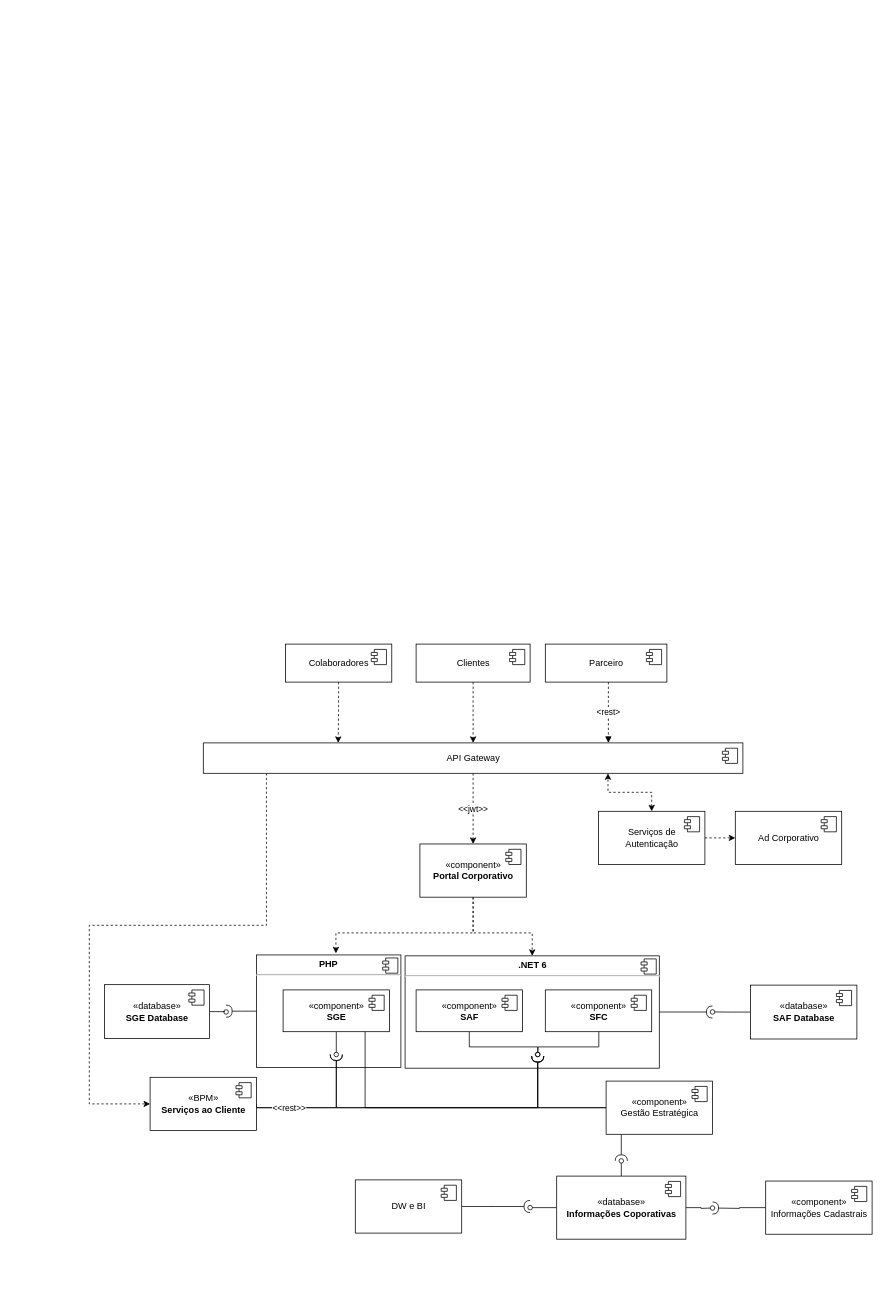
felipepozzi/puc-minas-arquitetura keeps this draw.io diagram as page "Diagrama de Componentes" (4 of 6) of desenho-solucao/DesenhoSolucao.drawio. Above is the earlier version. Source tidied: cells renumbered, new cells numbered last; positions are measured from the earlier drawing's top-left corner, leaving out a move shared by most shapes. Both pictures are drawn from the tidied source at 76%, with x=0, y=0 at pixel (89, 644).
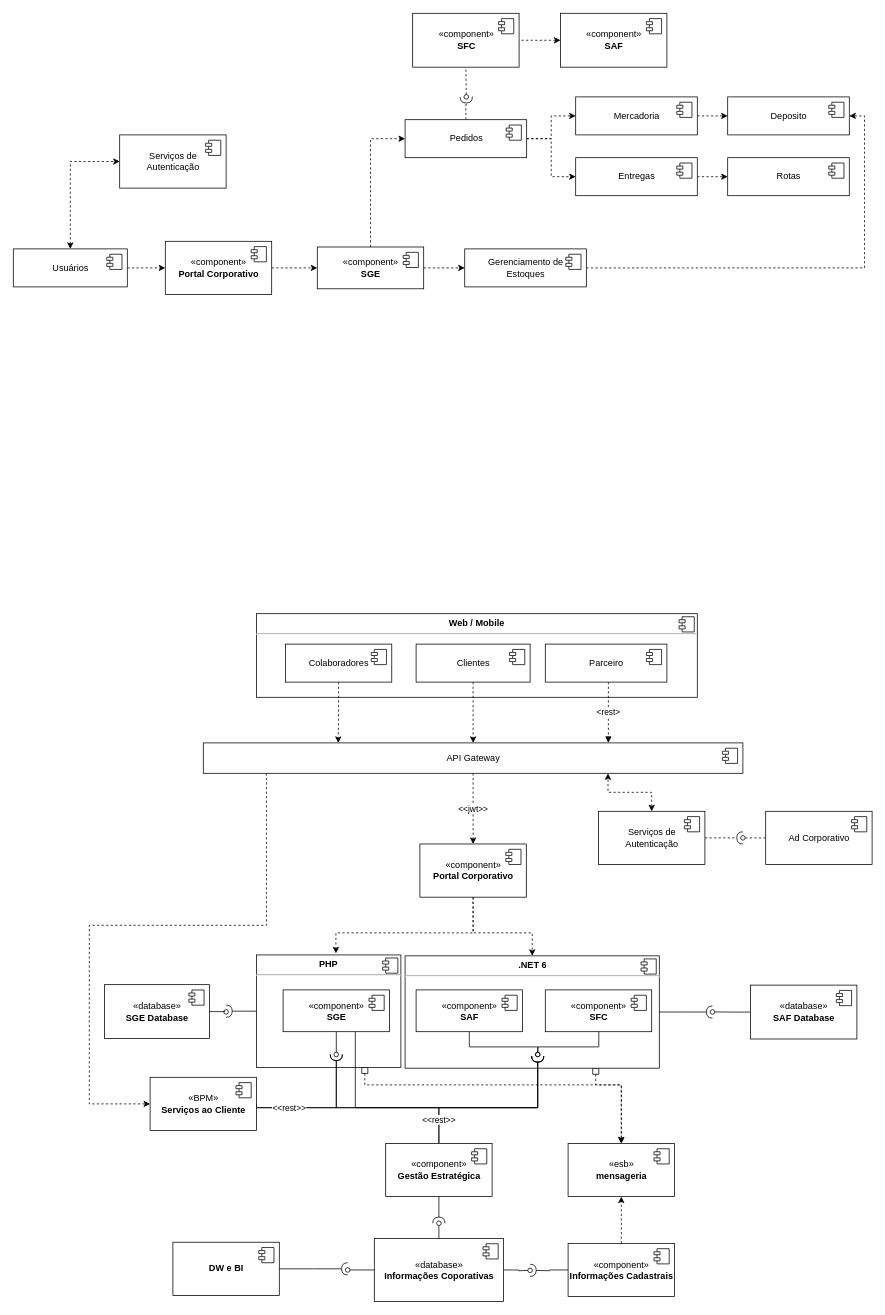
Above is the later version.

The change refers to these unchanged cells:
```xml
<mxCell id="2" value="&lt;p style=&quot;margin: 0px ; margin-top: 6px ; text-align: center&quot;&gt;&lt;b&gt;PHP&lt;/b&gt;&lt;/p&gt;&lt;hr&gt;&lt;p style=&quot;margin: 0px ; margin-left: 8px&quot;&gt;&lt;br&gt;&lt;/p&gt;" style="align=left;overflow=fill;html=1;fontColor=#000000;" parent="1" vertex="1">
  <mxGeometry x="220" y="409" width="190" height="148" as="geometry" />
</mxCell>
<mxCell id="4" value="&lt;p style=&quot;margin: 0px ; margin-top: 6px ; text-align: center&quot;&gt;&lt;b&gt;.NET 6&lt;/b&gt;&lt;/p&gt;&lt;hr&gt;&lt;p style=&quot;margin: 0px ; margin-left: 8px&quot;&gt;&lt;br&gt;&lt;/p&gt;" style="align=left;overflow=fill;html=1;fontColor=#000000;" parent="1" vertex="1">
  <mxGeometry x="415.5" y="410.2" width="334.5" height="147.8" as="geometry" />
</mxCell>
<mxCell id="24" value="«component»&lt;br&gt;&lt;b&gt;SGE&lt;/b&gt;" style="html=1;fontColor=#000000;" parent="1" vertex="1">
  <mxGeometry x="255" y="455" width="140" height="55" as="geometry" />
</mxCell>
<mxCell id="37" value="Serviços de &lt;br&gt;Autenticação" style="html=1;fontColor=#000000;" parent="1" vertex="1">
  <mxGeometry x="670" y="220" width="140" height="70" as="geometry" />
</mxCell>
```

What changed in the source:
```diff
@@
+    <mxCell id="68" value="&lt;p style=&quot;margin: 0px ; margin-top: 6px ; text-align: center&quot;&gt;&lt;b&gt;Web / Mobile&lt;/b&gt;&lt;/p&gt;&lt;hr&gt;&lt;p style=&quot;margin: 0px ; margin-left: 8px&quot;&gt;&lt;br&gt;&lt;/p&gt;" style="align=left;overflow=fill;html=1;fontColor=#000000;" parent="1" vertex="1">
+      <mxGeometry x="220" y="-40" width="580" height="110" as="geometry" />
+    </mxCell>
+    <mxCell id="69" style="shape=component;jettyWidth=8;jettyHeight=4;fontColor=#000000;" parent="68" vertex="1">
+      <mxGeometry x="1" width="20" height="20" relative="1" as="geometry">
+        <mxPoint x="-24" y="4" as="offset" />
+      </mxGeometry>
+    </mxCell>
+    <mxCell id="70" style="edgeStyle=orthogonalEdgeStyle;rounded=0;jettySize=auto;html=1;entryX=0.5;entryY=0;entryDx=0;entryDy=0;dashed=1;fontColor=#000000;startArrow=box;startFill=0;endArrow=classic;endFill=1;strokeColor=#000000;exitX=0.75;exitY=1;exitDx=0;exitDy=0;" parent="1" edge="1" source="2" target="112">
+      <mxGeometry relative="1" as="geometry">
+        <Array as="points">
+          <mxPoint x="363" y="580" />
+          <mxPoint x="700" y="580" />
+        </Array>
+      </mxGeometry>
+    </mxCell>
@@
+    <mxCell id="71" style="edgeStyle=orthogonalEdgeStyle;rounded=0;jettySize=auto;html=1;entryX=0.5;entryY=0;entryDx=0;entryDy=0;dashed=1;fontColor=#000000;startArrow=box;startFill=0;endArrow=classic;endFill=1;strokeColor=#000000;exitX=0.75;exitY=1;exitDx=0;exitDy=0;" parent="1" edge="1" source="4" target="112">
+      <mxGeometry relative="1" as="geometry">
+        <Array as="points">
+          <mxPoint x="666" y="580" />
+          <mxPoint x="700" y="580" />
+        </Array>
+      </mxGeometry>
+    </mxCell>
@@
-    <mxCell id="21" style="edgeStyle=orthogonalEdgeStyle;rounded=0;jettySize=auto;html=1;fontColor=#000000;startArrow=none;startFill=0;endArrow=halfCircle;endFill=0;strokeColor=#000000;exitX=0.771;exitY=0.989;exitDx=0;exitDy=0;exitPerimeter=0;" parent="1" edge="1" source="24">
+    <mxCell id="21" style="edgeStyle=orthogonalEdgeStyle;rounded=0;jettySize=auto;html=1;fontColor=#000000;startArrow=none;startFill=0;endArrow=halfCircle;endFill=0;strokeColor=#000000;" parent="1" edge="1" source="24">
       <mxGeometry relative="1" as="geometry">
         <mxPoint x="590" y="542" as="targetPoint" />
         <Array as="points">
-          <mxPoint x="363" y="610" />
+          <mxPoint x="350" y="610" />
           <mxPoint x="590" y="610" />
         </Array>
       </mxGeometry>
     </mxCell>
@@
-    <mxCell id="35" style="edgeStyle=orthogonalEdgeStyle;rounded=0;jettySize=auto;html=1;dashed=1;fontColor=#000000;startArrow=none;startFill=0;endArrow=classic;endFill=1;strokeColor=#000000;" parent="1" edge="1" source="37" target="39">
-      <mxGeometry relative="1" as="geometry" />
+    <mxCell id="35" style="edgeStyle=orthogonalEdgeStyle;rounded=0;jettySize=auto;html=1;dashed=1;fontColor=#000000;startArrow=none;startFill=0;endArrow=halfCircle;endFill=0;strokeColor=#000000;" parent="1" edge="1" source="37">
+      <mxGeometry relative="1" as="geometry">
+        <mxPoint x="860" y="255" as="targetPoint" />
+      </mxGeometry>
     </mxCell>
@@
+    <mxCell id="72" style="edgeStyle=orthogonalEdgeStyle;rounded=0;jettySize=auto;html=1;dashed=1;fontColor=#000000;startArrow=none;startFill=0;endArrow=oval;endFill=0;strokeColor=#000000;" parent="1" edge="1" source="39">
+      <mxGeometry relative="1" as="geometry">
+        <mxPoint x="860" y="255" as="targetPoint" />
+      </mxGeometry>
+    </mxCell>
     <mxCell id="39" value="Ad Corporativo" style="html=1;fontColor=#000000;" parent="1" vertex="1">
-      <mxGeometry x="850" y="220" width="140" height="70" as="geometry" />
+      <mxGeometry x="890" y="220" width="140" height="70" as="geometry" />
     </mxCell>
@@
-    <mxCell id="46" style="edgeStyle=orthogonalEdgeStyle;rounded=0;jettySize=auto;html=1;fontColor=#000000;startArrow=none;startFill=0;endArrow=halfCircle;endFill=0;strokeColor=#000000;exitX=0;exitY=0.5;exitDx=0;exitDy=0;" parent="1" edge="1" source="49">
+    <mxCell id="46" style="edgeStyle=orthogonalEdgeStyle;rounded=0;jettySize=auto;html=1;fontColor=#000000;startArrow=none;startFill=0;endArrow=halfCircle;endFill=0;strokeColor=#000000;exitX=0.5;exitY=0;exitDx=0;exitDy=0;" parent="1" edge="1" source="49">
       <mxGeometry relative="1" as="geometry">
         <mxPoint x="590" y="542" as="targetPoint" />
         <Array as="points">
+          <mxPoint x="460" y="610" />
           <mxPoint x="590" y="610" />
         </Array>
       </mxGeometry>
     </mxCell>
-    <mxCell id="47" style="edgeStyle=orthogonalEdgeStyle;rounded=0;jettySize=auto;html=1;fontColor=#000000;startArrow=none;startFill=0;endArrow=halfCircle;endFill=0;strokeColor=#000000;exitX=0;exitY=0.5;exitDx=0;exitDy=0;" parent="1" edge="1" source="49">
+    <mxCell id="47" style="edgeStyle=orthogonalEdgeStyle;rounded=0;jettySize=auto;html=1;fontColor=#000000;startArrow=none;startFill=0;endArrow=halfCircle;endFill=0;strokeColor=#000000;exitX=0.5;exitY=0;exitDx=0;exitDy=0;" parent="1" edge="1" source="49">
       <mxGeometry relative="1" as="geometry">
         <mxPoint x="325" y="540" as="targetPoint" />
         <Array as="points">
-          <mxPoint x="680" y="610" />
+          <mxPoint x="460" y="610" />
           <mxPoint x="325" y="610" />
         </Array>
       </mxGeometry>
     </mxCell>
+    <mxCell id="73" value="&amp;lt;&amp;lt;rest&amp;gt;&amp;gt;" style="edgeLabel;html=1;align=center;verticalAlign=middle;fontColor=#000000;" parent="47" vertex="1">
+      <mxGeometry x="-0.75" y="1" relative="1" as="geometry" />
+    </mxCell>
-    <mxCell id="48" style="edgeStyle=orthogonalEdgeStyle;rounded=0;jettySize=auto;html=1;fontColor=#000000;startArrow=none;startFill=0;endArrow=halfCircle;endFill=0;strokeColor=#000000;" parent="1" edge="1" source="49">
+    <mxCell id="48" style="edgeStyle=orthogonalEdgeStyle;rounded=0;orthogonalLoop=1;jettySize=auto;html=1;fontColor=#000000;startArrow=none;startFill=0;endArrow=halfCircle;endFill=0;strokeColor=#000000;" parent="1" edge="1">
       <mxGeometry relative="1" as="geometry">
-        <mxPoint x="700" y="680" as="targetPoint" />
+        <mxPoint x="460" y="727" as="sourcePoint" />
+        <mxPoint x="460" y="762" as="targetPoint" />
         <Array as="points">
-          <mxPoint x="700" y="659" />
-          <mxPoint x="700" y="659" />
+          <mxPoint x="460" y="741" />
+          <mxPoint x="460" y="741" />
         </Array>
       </mxGeometry>
     </mxCell>
-    <mxCell id="49" value="«component»&lt;br&gt;Gestão Estratégica" style="html=1;fontColor=#000000;" parent="1" vertex="1">
-      <mxGeometry x="680" y="575" width="140" height="70" as="geometry" />
+    <mxCell id="49" value="«component»&lt;br&gt;&lt;b&gt;Gestão Estratégica&lt;/b&gt;" style="html=1;fontColor=#000000;" parent="1" vertex="1">
+      <mxGeometry x="390" y="657" width="140" height="70" as="geometry" />
     </mxCell>
@@
     <mxCell id="51" style="edgeStyle=orthogonalEdgeStyle;rounded=0;jettySize=auto;html=1;fontColor=#000000;startArrow=none;startFill=0;endArrow=halfCircle;endFill=0;strokeColor=#000000;exitX=0;exitY=0.5;exitDx=0;exitDy=0;" parent="1" edge="1" source="52">
       <mxGeometry relative="1" as="geometry">
-        <mxPoint x="820" y="742" as="targetPoint" />
+        <mxPoint x="580" y="824" as="targetPoint" />
       </mxGeometry>
     </mxCell>
+    <mxCell id="74" style="edgeStyle=orthogonalEdgeStyle;rounded=0;jettySize=auto;html=1;entryX=0.5;entryY=1;entryDx=0;entryDy=0;dashed=1;fontColor=#000000;startArrow=none;startFill=0;endArrow=classic;endFill=1;strokeColor=#000000;" parent="1" edge="1" source="52" target="112">
+      <mxGeometry relative="1" as="geometry" />
+    </mxCell>
-    <mxCell id="52" value="«component»&lt;br&gt;Informações Cadastrais" style="html=1;fontColor=#000000;" parent="1" vertex="1">
-      <mxGeometry x="890" y="706.5" width="140" height="70" as="geometry" />
+    <mxCell id="52" value="«component»&lt;br&gt;&lt;b&gt;Informações Cadastrais&lt;/b&gt;" style="html=1;fontColor=#000000;" parent="1" vertex="1">
+      <mxGeometry x="630" y="788.5" width="140" height="70" as="geometry" />
     </mxCell>
@@
     <mxCell id="54" style="edgeStyle=orthogonalEdgeStyle;rounded=0;jettySize=auto;html=1;fontColor=#000000;startArrow=none;startFill=0;endArrow=halfCircle;endFill=0;strokeColor=#000000;exitX=1;exitY=0.5;exitDx=0;exitDy=0;" parent="1" edge="1" source="55">
       <mxGeometry relative="1" as="geometry">
-        <mxPoint x="580" y="740" as="targetPoint" />
+        <mxPoint x="340" y="822" as="targetPoint" />
       </mxGeometry>
     </mxCell>
-    <mxCell id="55" value="DW e BI" style="html=1;fontColor=#000000;" parent="1" vertex="1">
-      <mxGeometry x="350" y="705" width="140" height="70" as="geometry" />
+    <mxCell id="55" value="&lt;b&gt;DW e BI&lt;/b&gt;" style="html=1;fontColor=#000000;" parent="1" vertex="1">
+      <mxGeometry x="110" y="787" width="140" height="70" as="geometry" />
     </mxCell>
@@
     <mxCell id="63" style="edgeStyle=orthogonalEdgeStyle;rounded=0;jettySize=auto;html=1;fontColor=#000000;startArrow=none;startFill=0;endArrow=oval;endFill=0;strokeColor=#000000;" parent="1" edge="1" source="66">
       <mxGeometry relative="1" as="geometry">
-        <mxPoint x="820" y="742" as="targetPoint" />
+        <mxPoint x="580" y="824" as="targetPoint" />
       </mxGeometry>
     </mxCell>
     <mxCell id="64" style="edgeStyle=orthogonalEdgeStyle;rounded=0;jettySize=auto;html=1;fontColor=#000000;startArrow=none;startFill=0;endArrow=oval;endFill=0;strokeColor=#000000;exitX=0;exitY=0.5;exitDx=0;exitDy=0;" parent="1" edge="1" source="66">
       <mxGeometry relative="1" as="geometry">
-        <mxPoint x="580" y="742" as="targetPoint" />
+        <mxPoint x="340" y="824" as="targetPoint" />
       </mxGeometry>
     </mxCell>
     <mxCell id="65" style="edgeStyle=orthogonalEdgeStyle;rounded=0;jettySize=auto;html=1;fontColor=#000000;startArrow=none;startFill=0;endArrow=oval;endFill=0;strokeColor=#000000;exitX=0.5;exitY=0;exitDx=0;exitDy=0;" parent="1" edge="1" source="66">
       <mxGeometry relative="1" as="geometry">
-        <mxPoint x="700" y="680" as="targetPoint" />
+        <mxPoint x="460" y="762" as="targetPoint" />
       </mxGeometry>
     </mxCell>
     <mxCell id="66" value="«database»&lt;br&gt;&lt;b&gt;Informações Coporativas&lt;/b&gt;" style="html=1;fontColor=#000000;" parent="1" vertex="1">
-      <mxGeometry x="615" y="700" width="170" height="83" as="geometry" />
+      <mxGeometry x="375" y="782" width="170" height="83" as="geometry" />
     </mxCell>
@@
+    <mxCell id="75" style="edgeStyle=orthogonalEdgeStyle;rounded=0;jettySize=auto;html=1;entryX=0;entryY=0.5;entryDx=0;entryDy=0;fontColor=#000000;startArrow=classic;startFill=1;endArrow=classic;endFill=1;strokeColor=#000000;dashed=1;exitX=0.5;exitY=0;exitDx=0;exitDy=0;" parent="1" edge="1" source="82" target="79">
+      <mxGeometry relative="1" as="geometry" />
+    </mxCell>
+    <mxCell id="76" style="edgeStyle=orthogonalEdgeStyle;rounded=0;jettySize=auto;html=1;dashed=1;fontColor=#000000;startArrow=none;startFill=0;endArrow=classic;endFill=1;strokeColor=#000000;" parent="1" edge="1" source="77" target="107">
+      <mxGeometry relative="1" as="geometry" />
+    </mxCell>
+    <mxCell id="77" value="«component»&lt;br&gt;&lt;b&gt;Portal Corporativo&lt;/b&gt;" style="html=1;fontColor=#000000;" parent="1" vertex="1">
+      <mxGeometry x="100" y="-530" width="140" height="70" as="geometry" />
+    </mxCell>
+    <mxCell id="78" style="shape=module;jettyWidth=8;jettyHeight=4;fontColor=#000000;" parent="77" vertex="1">
+      <mxGeometry x="1" width="20" height="20" relative="1" as="geometry">
+        <mxPoint x="-27" y="7" as="offset" />
+      </mxGeometry>
+    </mxCell>
+    <mxCell id="79" value="Serviços de &lt;br&gt;Autenticação" style="html=1;fontColor=#000000;" parent="1" vertex="1">
+      <mxGeometry x="40" y="-670" width="140" height="70" as="geometry" />
+    </mxCell>
+    <mxCell id="80" style="shape=module;jettyWidth=8;jettyHeight=4;fontColor=#000000;" parent="79" vertex="1">
+      <mxGeometry x="1" width="20" height="20" relative="1" as="geometry">
+        <mxPoint x="-27" y="7" as="offset" />
+      </mxGeometry>
+    </mxCell>
+    <mxCell id="81" style="edgeStyle=orthogonalEdgeStyle;rounded=0;jettySize=auto;html=1;dashed=1;fontColor=#000000;startArrow=none;startFill=0;endArrow=classic;endFill=1;strokeColor=#000000;" parent="1" edge="1" source="82" target="77">
+      <mxGeometry relative="1" as="geometry" />
+    </mxCell>
+    <mxCell id="82" value="Usuários" style="html=1;fontColor=#000000;" parent="1" vertex="1">
+      <mxGeometry x="-100" y="-520" width="150" height="50" as="geometry" />
+    </mxCell>
+    <mxCell id="83" style="shape=module;jettyWidth=8;jettyHeight=4;fontColor=#000000;" parent="82" vertex="1">
+      <mxGeometry x="1" width="20" height="20" relative="1" as="geometry">
+        <mxPoint x="-27" y="7" as="offset" />
+      </mxGeometry>
+    </mxCell>
+    <mxCell id="84" style="edgeStyle=orthogonalEdgeStyle;rounded=0;jettySize=auto;html=1;dashed=1;fontColor=#000000;startArrow=none;startFill=0;endArrow=halfCircle;endFill=0;strokeColor=#000000;" parent="1" edge="1" source="87">
+      <mxGeometry relative="1" as="geometry">
+        <mxPoint x="496" y="-720" as="targetPoint" />
+      </mxGeometry>
+    </mxCell>
+    <mxCell id="85" style="edgeStyle=orthogonalEdgeStyle;rounded=0;jettySize=auto;html=1;dashed=1;fontColor=#000000;startArrow=none;startFill=0;endArrow=classic;endFill=1;strokeColor=#000000;" parent="1" edge="1" source="87" target="97">
+      <mxGeometry relative="1" as="geometry" />
+    </mxCell>
+    <mxCell id="86" style="edgeStyle=orthogonalEdgeStyle;rounded=0;jettySize=auto;html=1;dashed=1;fontColor=#000000;startArrow=none;startFill=0;endArrow=classic;endFill=1;strokeColor=#000000;" parent="1" edge="1" source="87" target="90">
+      <mxGeometry relative="1" as="geometry" />
+    </mxCell>
+    <mxCell id="87" value="Pedidos" style="html=1;fontColor=#000000;" parent="1" vertex="1">
+      <mxGeometry x="415.5" y="-690" width="160" height="50" as="geometry" />
+    </mxCell>
+    <mxCell id="88" style="shape=module;jettyWidth=8;jettyHeight=4;fontColor=#000000;" parent="87" vertex="1">
+      <mxGeometry x="1" width="20" height="20" relative="1" as="geometry">
+        <mxPoint x="-27" y="7" as="offset" />
+      </mxGeometry>
+    </mxCell>
+    <mxCell id="89" style="edgeStyle=orthogonalEdgeStyle;rounded=0;jettySize=auto;html=1;dashed=1;fontColor=#000000;startArrow=none;startFill=0;endArrow=classic;endFill=1;strokeColor=#000000;" parent="1" edge="1" source="90" target="92">
+      <mxGeometry relative="1" as="geometry" />
+    </mxCell>
+    <mxCell id="90" value="Entregas" style="html=1;fontColor=#000000;" parent="1" vertex="1">
+      <mxGeometry x="640" y="-640" width="160" height="50" as="geometry" />
+    </mxCell>
+    <mxCell id="91" style="shape=module;jettyWidth=8;jettyHeight=4;fontColor=#000000;" parent="90" vertex="1">
+      <mxGeometry x="1" width="20" height="20" relative="1" as="geometry">
+        <mxPoint x="-27" y="7" as="offset" />
+      </mxGeometry>
+    </mxCell>
+    <mxCell id="92" value="Rotas" style="html=1;fontColor=#000000;" parent="1" vertex="1">
+      <mxGeometry x="840" y="-640" width="160" height="50" as="geometry" />
+    </mxCell>
+    <mxCell id="93" style="shape=module;jettyWidth=8;jettyHeight=4;fontColor=#000000;" parent="92" vertex="1">
+      <mxGeometry x="1" width="20" height="20" relative="1" as="geometry">
+        <mxPoint x="-27" y="7" as="offset" />
+      </mxGeometry>
+    </mxCell>
+    <mxCell id="94" value="Deposito" style="html=1;fontColor=#000000;" parent="1" vertex="1">
+      <mxGeometry x="840" y="-720" width="160" height="50" as="geometry" />
+    </mxCell>
+    <mxCell id="95" style="shape=module;jettyWidth=8;jettyHeight=4;fontColor=#000000;" parent="94" vertex="1">
+      <mxGeometry x="1" width="20" height="20" relative="1" as="geometry">
+        <mxPoint x="-27" y="7" as="offset" />
+      </mxGeometry>
+    </mxCell>
+    <mxCell id="96" style="edgeStyle=orthogonalEdgeStyle;rounded=0;jettySize=auto;html=1;dashed=1;fontColor=#000000;startArrow=none;startFill=0;endArrow=classic;endFill=1;strokeColor=#000000;" parent="1" edge="1" source="97" target="94">
+      <mxGeometry relative="1" as="geometry" />
+    </mxCell>
+    <mxCell id="97" value="Mercadoria" style="html=1;fontColor=#000000;" parent="1" vertex="1">
+      <mxGeometry x="640" y="-720" width="160" height="50" as="geometry" />
+    </mxCell>
+    <mxCell id="98" style="shape=module;jettyWidth=8;jettyHeight=4;fontColor=#000000;" parent="97" vertex="1">
+      <mxGeometry x="1" width="20" height="20" relative="1" as="geometry">
+        <mxPoint x="-27" y="7" as="offset" />
+      </mxGeometry>
+    </mxCell>
+    <mxCell id="99" style="edgeStyle=orthogonalEdgeStyle;rounded=0;jettySize=auto;html=1;dashed=1;fontColor=#000000;startArrow=oval;startFill=0;endArrow=none;endFill=0;strokeColor=#000000;entryX=0.5;entryY=1;entryDx=0;entryDy=0;" parent="1" edge="1" target="100">
+      <mxGeometry relative="1" as="geometry">
+        <mxPoint x="496" y="-720" as="sourcePoint" />
+      </mxGeometry>
+    </mxCell>
+    <mxCell id="100" value="«component»&lt;br&gt;&lt;b&gt;SFC&lt;/b&gt;" style="html=1;fontColor=#000000;" parent="1" vertex="1">
+      <mxGeometry x="425.5" y="-830" width="140" height="70.9" as="geometry" />
+    </mxCell>
+    <mxCell id="101" style="shape=module;jettyWidth=8;jettyHeight=4;fontColor=#000000;" parent="100" vertex="1">
+      <mxGeometry x="1" width="20" height="20" relative="1" as="geometry">
+        <mxPoint x="-27" y="7" as="offset" />
+      </mxGeometry>
+    </mxCell>
+    <mxCell id="102" style="edgeStyle=orthogonalEdgeStyle;rounded=0;jettySize=auto;html=1;entryX=1;entryY=0.5;entryDx=0;entryDy=0;dashed=1;fontColor=#000000;startArrow=classic;startFill=1;endArrow=none;endFill=0;strokeColor=#000000;" parent="1" edge="1" source="103" target="100">
+      <mxGeometry relative="1" as="geometry" />
+    </mxCell>
+    <mxCell id="103" value="«component»&lt;br&gt;&lt;b&gt;SAF&lt;/b&gt;" style="html=1;fontColor=#000000;" parent="1" vertex="1">
+      <mxGeometry x="620" y="-830" width="140" height="70.9" as="geometry" />
+    </mxCell>
+    <mxCell id="104" style="shape=module;jettyWidth=8;jettyHeight=4;fontColor=#000000;" parent="103" vertex="1">
+      <mxGeometry x="1" width="20" height="20" relative="1" as="geometry">
+        <mxPoint x="-27" y="7" as="offset" />
+      </mxGeometry>
+    </mxCell>
+    <mxCell id="105" style="edgeStyle=orthogonalEdgeStyle;rounded=0;jettySize=auto;html=1;entryX=0;entryY=0.5;entryDx=0;entryDy=0;dashed=1;fontColor=#000000;startArrow=none;startFill=0;endArrow=classic;endFill=1;strokeColor=#000000;" parent="1" edge="1" source="107" target="87">
+      <mxGeometry relative="1" as="geometry" />
+    </mxCell>
+    <mxCell id="106" style="edgeStyle=orthogonalEdgeStyle;rounded=0;jettySize=auto;html=1;dashed=1;fontColor=#000000;startArrow=none;startFill=0;endArrow=classic;endFill=1;strokeColor=#000000;" parent="1" edge="1" source="107" target="110">
+      <mxGeometry relative="1" as="geometry" />
+    </mxCell>
+    <mxCell id="107" value="«component»&lt;br&gt;&lt;b&gt;SGE&lt;/b&gt;" style="html=1;fontColor=#000000;" parent="1" vertex="1">
+      <mxGeometry x="300" y="-522.5" width="140" height="55" as="geometry" />
+    </mxCell>
+    <mxCell id="108" style="shape=module;jettyWidth=8;jettyHeight=4;fontColor=#000000;" parent="107" vertex="1">
+      <mxGeometry x="1" width="20" height="20" relative="1" as="geometry">
+        <mxPoint x="-27" y="7" as="offset" />
+      </mxGeometry>
+    </mxCell>
+    <mxCell id="109" style="edgeStyle=orthogonalEdgeStyle;rounded=0;jettySize=auto;html=1;entryX=1;entryY=0.5;entryDx=0;entryDy=0;dashed=1;fontColor=#000000;startArrow=none;startFill=0;endArrow=classic;endFill=1;strokeColor=#000000;" parent="1" edge="1" source="110" target="94">
+      <mxGeometry relative="1" as="geometry" />
+    </mxCell>
+    <mxCell id="110" value="Gerenciamento de &lt;br&gt;Estoques" style="html=1;fontColor=#000000;" parent="1" vertex="1">
+      <mxGeometry x="494" y="-520" width="160" height="50" as="geometry" />
+    </mxCell>
+    <mxCell id="111" style="shape=module;jettyWidth=8;jettyHeight=4;fontColor=#000000;" parent="110" vertex="1">
+      <mxGeometry x="1" width="20" height="20" relative="1" as="geometry">
+        <mxPoint x="-27" y="7" as="offset" />
+      </mxGeometry>
+    </mxCell>
+    <mxCell id="112" value="«esb»&lt;br&gt;&lt;b&gt;mensageria&lt;/b&gt;" style="html=1;fontColor=#000000;" parent="1" vertex="1">
+      <mxGeometry x="630" y="657" width="140" height="70" as="geometry" />
+    </mxCell>
+    <mxCell id="113" style="shape=module;jettyWidth=8;jettyHeight=4;fontColor=#000000;" parent="112" vertex="1">
+      <mxGeometry x="1" width="20" height="20" relative="1" as="geometry">
+        <mxPoint x="-27" y="7" as="offset" />
+      </mxGeometry>
+    </mxCell>
```
